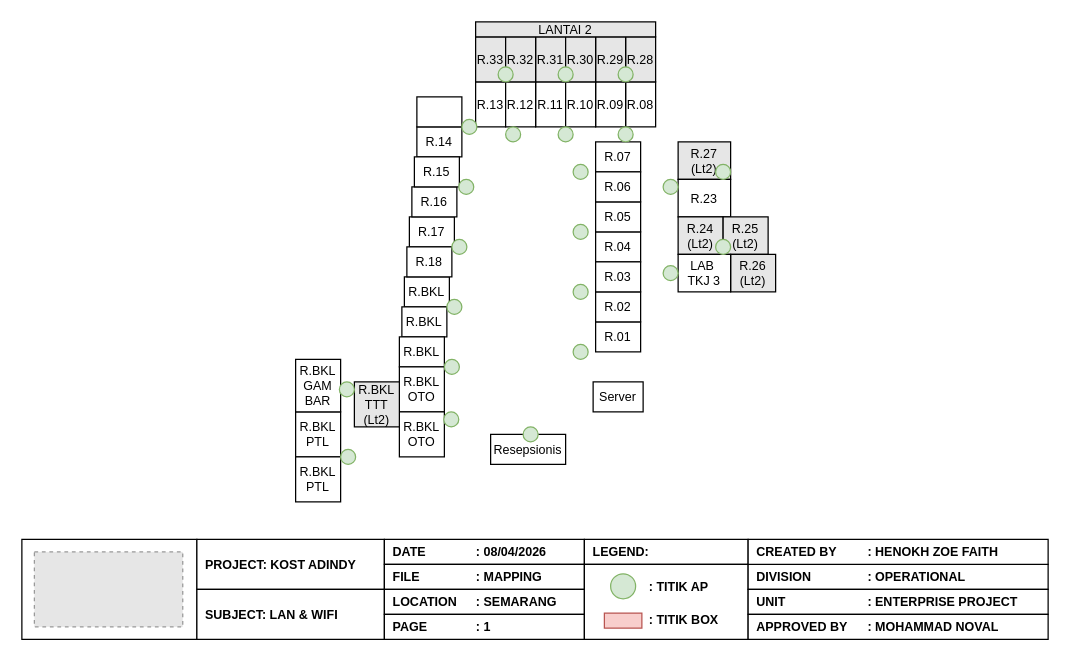
The draw.io diagram page "Denah" (1 of 2) of Topologi SMK Negeri 5 Semarang.drawio in hnkzf/topologi-site, before the edit. Source tidied: cells renumbered, new cells numbered last; positions are measured from the earlier drawing's top-left corner, leaving out a move shared by most shapes. Both pictures are drawn from the tidied source at 125%, with x=0, y=0 at pixel (21, 21). Pictures stored in the file or linked from it are replaced by grey dashed boxes.
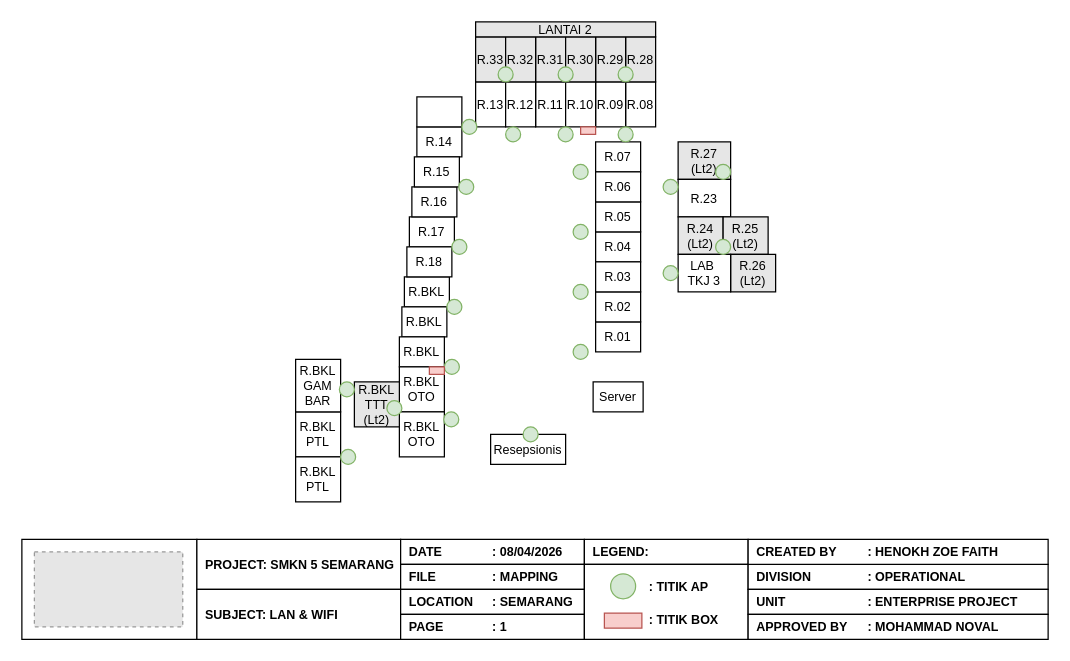
The same page after the edit.

Change to the diagram source:
```diff
@@
-    <mxCell id="4" value="PROJECT: KOST ADINDY" style="rounded=0;whiteSpace=wrap;html=1;align=left;fontStyle=1;fontSize=10;spacingLeft=5;" parent="1" vertex="1">
-      <mxGeometry x="140" y="414" width="150" height="40" as="geometry" />
+    <mxCell id="4" value="PROJECT: SMKN 5 SEMARANG" style="rounded=0;whiteSpace=wrap;html=1;align=left;fontStyle=1;fontSize=10;spacingLeft=5;" parent="1" vertex="1">
+      <mxGeometry x="140" y="414" width="163" height="40" as="geometry" />
     </mxCell>
     <mxCell id="5" value="SUBJECT: LAN &amp;amp; WIFI" style="rounded=0;whiteSpace=wrap;html=1;align=left;fontStyle=1;fontSize=10;spacingLeft=5;" parent="1" vertex="1">
-      <mxGeometry x="140" y="454" width="150" height="40" as="geometry" />
+      <mxGeometry x="140" y="454" width="163" height="40" as="geometry" />
     </mxCell>
     <mxCell id="6" value="DATE&lt;span style=&quot;white-space: pre;&quot;&gt;&#9;&lt;/span&gt;&amp;nbsp; &amp;nbsp;&lt;span style=&quot;white-space: pre;&quot;&gt;&#9;&lt;/span&gt;: 08/04/2026" style="rounded=0;whiteSpace=wrap;html=1;align=left;fontStyle=1;fontSize=10;spacingLeft=5;" parent="1" vertex="1">
-      <mxGeometry x="290" y="414" width="160" height="20" as="geometry" />
+      <mxGeometry x="303" y="414" width="147" height="20" as="geometry" />
     </mxCell>
     <mxCell id="7" value="FILE&lt;span style=&quot;white-space: pre;&quot;&gt;&#9;&lt;/span&gt;&lt;span style=&quot;white-space: pre;&quot;&gt;&#9;&lt;/span&gt;: MAPPING" style="rounded=0;whiteSpace=wrap;html=1;align=left;fontStyle=1;fontSize=10;spacingLeft=5;" parent="1" vertex="1">
-      <mxGeometry x="290" y="434" width="160" height="20" as="geometry" />
+      <mxGeometry x="303" y="434" width="147" height="20" as="geometry" />
     </mxCell>
     <mxCell id="8" value="LOCATION&lt;span style=&quot;white-space: pre;&quot;&gt;&#9;&lt;/span&gt;: SEMARANG" style="rounded=0;whiteSpace=wrap;html=1;align=left;fontStyle=1;fontSize=10;spacingLeft=5;" parent="1" vertex="1">
-      <mxGeometry x="290" y="454" width="160" height="20" as="geometry" />
+      <mxGeometry x="303" y="454" width="147" height="20" as="geometry" />
     </mxCell>
     <mxCell id="9" value="PAGE&lt;span style=&quot;white-space: pre;&quot;&gt;&#9;&lt;/span&gt;&lt;span style=&quot;white-space: pre;&quot;&gt;&#9;&lt;/span&gt;: 1" style="rounded=0;whiteSpace=wrap;html=1;align=left;fontStyle=1;fontSize=10;spacingLeft=5;" parent="1" vertex="1">
-      <mxGeometry x="290" y="474" width="160" height="20" as="geometry" />
+      <mxGeometry x="303" y="474" width="147" height="20" as="geometry" />
     </mxCell>
@@
+    <mxCell id="86" style="rounded=0;whiteSpace=wrap;html=1;fillColor=#f8cecc;strokeColor=#b85450;fontSize=10;" parent="1" vertex="1">
+      <mxGeometry x="326" y="276" width="12" height="6" as="geometry" />
+    </mxCell>
+    <mxCell id="87" style="rounded=0;whiteSpace=wrap;html=1;fillColor=#f8cecc;strokeColor=#b85450;fontSize=10;" parent="1" vertex="1">
+      <mxGeometry x="447" y="84" width="12" height="6" as="geometry" />
+    </mxCell>
+    <mxCell id="88" style="ellipse;whiteSpace=wrap;html=1;fillColor=#d5e8d4;strokeColor=#82b366;fontSize=10;" parent="1" vertex="1">
+      <mxGeometry x="292" y="303" width="12" height="12" as="geometry" />
+    </mxCell>
```
